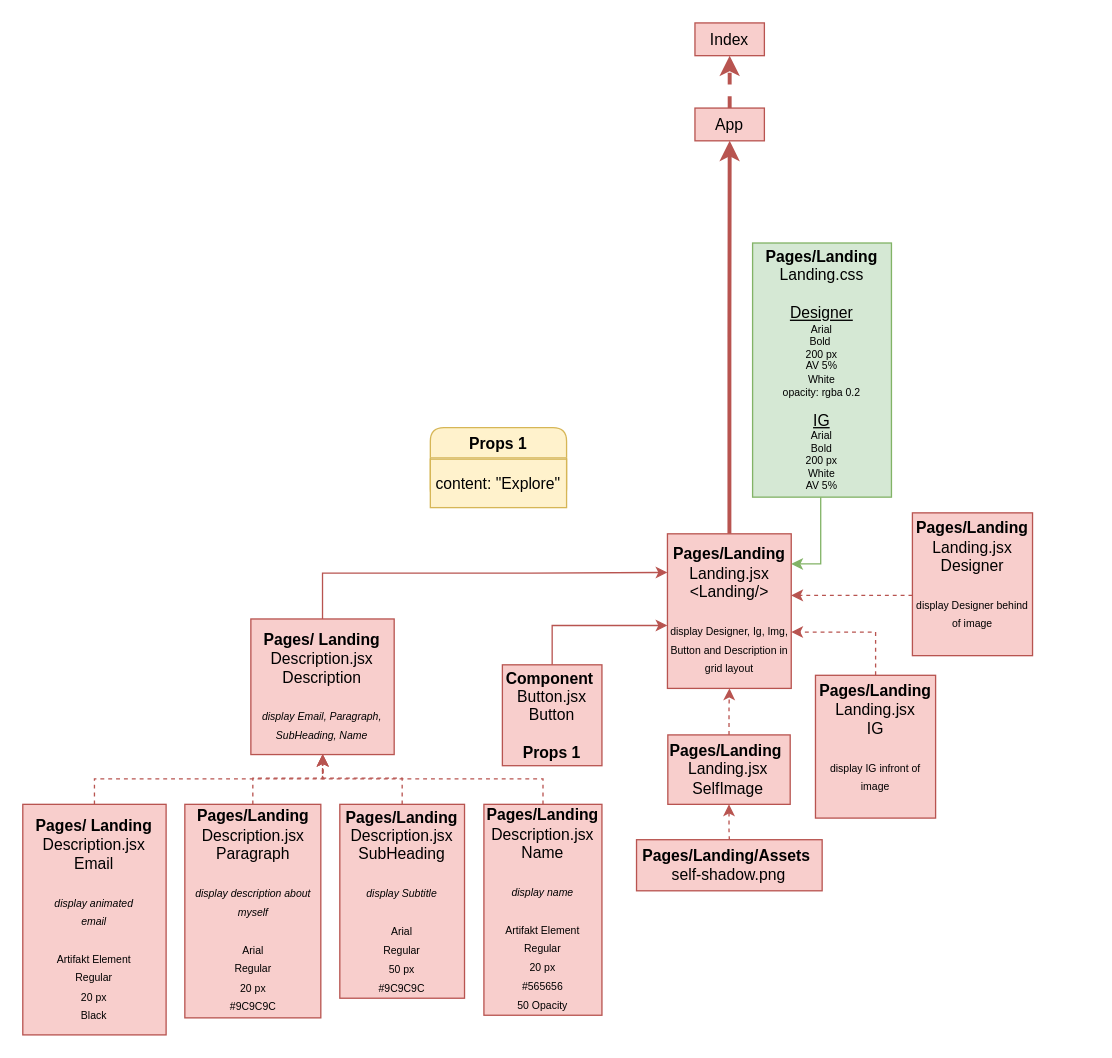
khongminhtn/portfolio keeps this draw.io diagram as Portfolio.drawio. Above is the earlier version. Source tidied: cells renumbered, new cells numbered last; positions are measured from the earlier drawing's top-left corner, leaving out a move shared by most shapes. Both pictures are drawn from the tidied source at 131%, with x=0, y=0 at pixel (22, 22).
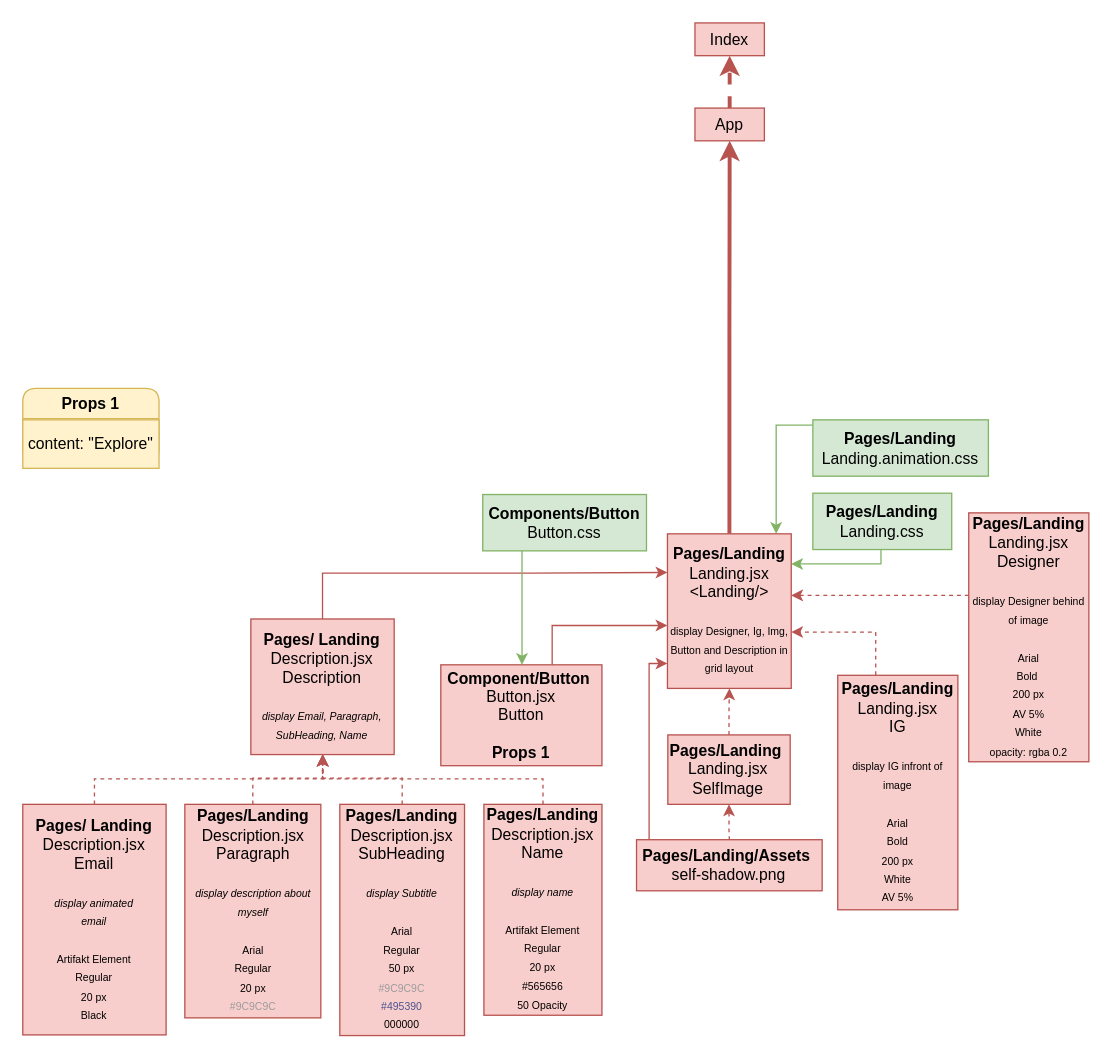
The same page after the edit.

The change refers to these unchanged cells:
```xml
<mxCell id="6" value="&lt;b&gt;Pages/Landing&lt;br&gt;&lt;/b&gt;Landing.jsx &amp;lt;Landing/&amp;gt;&lt;br&gt;&lt;br&gt;&lt;font style=&quot;font-size: 8px&quot;&gt;display Designer, Ig, Img, Button and Description in grid layout&lt;/font&gt;" style="rounded=0;whiteSpace=wrap;html=1;fillColor=#f8cecc;strokeColor=#b85450;" parent="1" vertex="1">
  <mxGeometry x="492" y="390" width="94.5" height="118" as="geometry" />
</mxCell>
<mxCell id="7" value="&lt;b&gt;Pages/Landing/Assets&lt;/b&gt;&amp;nbsp;&lt;br&gt;self-shadow.png" style="rounded=0;whiteSpace=wrap;html=1;fillColor=#f8cecc;strokeColor=#b85450;" parent="1" vertex="1">
  <mxGeometry x="468.4" y="623.5" width="141.7" height="39" as="geometry" />
</mxCell>
```

Diff of the diagram source:
```diff
@@
+    <mxCell id="31" style="edgeStyle=orthogonalEdgeStyle;rounded=0;jettySize=auto;html=1;fontSize=8;fontColor=#FFFFCC;startArrow=none;startFill=0;endArrow=classic;endFill=1;strokeWidth=1;fillColor=#f8cecc;strokeColor=#b85450;" parent="1" edge="1" source="7" target="6">
+      <mxGeometry relative="1" as="geometry">
+        <Array as="points">
+          <mxPoint x="478" y="489" />
+        </Array>
+      </mxGeometry>
+    </mxCell>
@@
-    <mxCell id="9" value="&lt;b&gt;Pages/Landing&lt;br&gt;&lt;/b&gt;Landing.jsx&lt;br&gt;IG&lt;br&gt;&lt;br&gt;&lt;font style=&quot;font-size: 8px&quot;&gt;display IG infront of image&lt;/font&gt;&lt;br&gt;&lt;font style=&quot;font-size: 8px&quot;&gt;&lt;br&gt;&lt;/font&gt;" style="rounded=0;whiteSpace=wrap;html=1;fillColor=#f8cecc;strokeColor=#b85450;" parent="1" vertex="1">
-      <mxGeometry x="605" y="498" width="91.7" height="109" as="geometry" />
+    <mxCell id="9" value="&lt;b&gt;Pages/Landing&lt;br&gt;&lt;/b&gt;Landing.jsx&lt;br&gt;IG&lt;br&gt;&lt;br&gt;&lt;font style=&quot;font-size: 8px&quot;&gt;display IG infront of image&lt;br&gt;&lt;br&gt;&lt;/font&gt;&lt;font style=&quot;font-size: 8px&quot;&gt;Arial&lt;br&gt;Bold&lt;br&gt;200 px&lt;br&gt;White&lt;br&gt;AV 5%&lt;br&gt;&lt;/font&gt;" style="rounded=0;whiteSpace=wrap;html=1;fillColor=#f8cecc;strokeColor=#b85450;" parent="1" vertex="1">
+      <mxGeometry x="622" y="498" width="91.7" height="179" as="geometry" />
     </mxCell>
@@
-    <mxCell id="11" value="&lt;b&gt;Component&lt;/b&gt;&amp;nbsp;&lt;br&gt;Button.jsx&lt;br&gt;Button&lt;br&gt;&lt;br&gt;&lt;b&gt;Props 1&lt;/b&gt;" style="rounded=0;whiteSpace=wrap;html=1;fillColor=#f8cecc;strokeColor=#b85450;" parent="1" vertex="1">
-      <mxGeometry x="366" y="490" width="76" height="77" as="geometry" />
+    <mxCell id="11" value="&lt;b&gt;Component/Button&lt;/b&gt;&amp;nbsp;&lt;br&gt;Button.jsx&lt;br&gt;Button&lt;br&gt;&lt;br&gt;&lt;b&gt;Props 1&lt;/b&gt;" style="rounded=0;whiteSpace=wrap;html=1;fillColor=#f8cecc;strokeColor=#b85450;" parent="1" vertex="1">
+      <mxGeometry x="319" y="490" width="123" height="77" as="geometry" />
     </mxCell>
@@
     <mxCell id="15" value="Props 1" style="swimlane;rounded=1;shadow=0;glass=0;sketch=0;strokeWidth=1;fillColor=#fff2cc;strokeColor=#d6b656;" parent="1" vertex="1">
-      <mxGeometry x="311" y="309" width="104" height="57" as="geometry" />
+      <mxGeometry x="-0.1" y="279" width="104" height="57" as="geometry" />
     </mxCell>
@@
-    <mxCell id="18" value="&lt;b&gt;Pages/Landing&lt;br&gt;&lt;/b&gt;Landing.jsx&lt;br&gt;Designer&lt;br&gt;&lt;br&gt;&lt;font style=&quot;font-size: 8px&quot;&gt;display Designer behind of image&lt;/font&gt;&lt;br&gt;&lt;font style=&quot;font-size: 8px&quot;&gt;&lt;br&gt;&lt;/font&gt;" style="rounded=0;whiteSpace=wrap;html=1;fillColor=#f8cecc;strokeColor=#b85450;" parent="1" vertex="1">
-      <mxGeometry x="679" y="374" width="91.7" height="109" as="geometry" />
+    <mxCell id="18" value="&lt;b&gt;Pages/Landing&lt;br&gt;&lt;/b&gt;Landing.jsx&lt;br&gt;Designer&lt;br&gt;&lt;br&gt;&lt;font style=&quot;font-size: 8px&quot;&gt;display Designer behind of image&lt;/font&gt;&lt;br&gt;&lt;font style=&quot;font-size: 8px&quot;&gt;&lt;br&gt;Arial&lt;br&gt;Bold&amp;nbsp;&lt;br&gt;200 px&lt;br&gt;AV 5%&lt;br&gt;White&lt;br&gt;opacity: rgba 0.2&lt;br&gt;&lt;/font&gt;" style="rounded=0;whiteSpace=wrap;html=1;fillColor=#f8cecc;strokeColor=#b85450;" parent="1" vertex="1">
+      <mxGeometry x="722" y="374" width="91.7" height="190" as="geometry" />
     </mxCell>
     <mxCell id="19" style="edgeStyle=orthogonalEdgeStyle;rounded=0;jettySize=auto;html=1;fontSize=8;startArrow=none;startFill=0;endArrow=classic;endFill=1;fillColor=#d5e8d4;strokeColor=#82b366;" parent="1" edge="1" source="20" target="6">
       <mxGeometry relative="1" as="geometry">
         <Array as="points">
-          <mxPoint x="609" y="413" />
+          <mxPoint x="655" y="413" />
         </Array>
       </mxGeometry>
     </mxCell>
-    <mxCell id="20" value="&lt;span style=&quot;font-size: 12px&quot;&gt;&lt;b&gt;Pages/Landing&lt;/b&gt;&lt;br&gt;Landing.css&lt;br&gt;&lt;u&gt;&lt;br&gt;Designer&lt;/u&gt;&lt;br&gt;&lt;/span&gt;Arial&lt;br&gt;Bold&amp;nbsp;&lt;br&gt;200 px&lt;br&gt;AV 5%&lt;br&gt;White&lt;font style=&quot;font-size: 8px&quot;&gt;&lt;br&gt;opacity: rgba 0.2&lt;br&gt;&lt;br&gt;&lt;u&gt;&lt;span style=&quot;font-size: 12px&quot;&gt;IG&lt;/span&gt;&lt;br&gt;&lt;/u&gt;Arial&lt;br&gt;Bold&lt;br&gt;200 px&lt;br&gt;White&lt;br&gt;AV 5%&lt;br&gt;&lt;/font&gt;" style="rounded=0;whiteSpace=wrap;html=1;shadow=0;glass=0;sketch=0;fontSize=8;strokeWidth=1;fillColor=#d5e8d4;strokeColor=#82b366;" parent="1" vertex="1">
-      <mxGeometry x="557" y="168" width="106" height="194" as="geometry" />
+    <mxCell id="20" value="&lt;span style=&quot;font-size: 12px&quot;&gt;&lt;b&gt;Pages/Landing&lt;/b&gt;&lt;br&gt;Landing.css&lt;/span&gt;&lt;font style=&quot;font-size: 8px&quot;&gt;&lt;br&gt;&lt;/font&gt;" style="rounded=0;whiteSpace=wrap;html=1;shadow=0;glass=0;sketch=0;fontSize=8;strokeWidth=1;fillColor=#d5e8d4;strokeColor=#82b366;" parent="1" vertex="1">
+      <mxGeometry x="603" y="359" width="106" height="43" as="geometry" />
     </mxCell>
@@
-    <mxCell id="22" value="&lt;b&gt;Pages/Landing&lt;br&gt;&lt;/b&gt;Description.jsx&lt;br&gt;Paragraph&lt;br&gt;&lt;font style=&quot;font-size: 8px&quot;&gt;&lt;br&gt;&lt;i&gt;display description about myself&lt;/i&gt;&lt;br&gt;&lt;br&gt;Arial&lt;br&gt;Regular&lt;br&gt;20 px&lt;br&gt;#9C9C9C&lt;br&gt;&lt;/font&gt;" style="rounded=0;whiteSpace=wrap;html=1;fillColor=#f8cecc;strokeColor=#b85450;" parent="1" vertex="1">
+    <mxCell id="22" value="&lt;b&gt;Pages/Landing&lt;br&gt;&lt;/b&gt;Description.jsx&lt;br&gt;Paragraph&lt;br&gt;&lt;font style=&quot;font-size: 8px&quot;&gt;&lt;br&gt;&lt;i&gt;display description about myself&lt;/i&gt;&lt;br&gt;&lt;br&gt;Arial&lt;br&gt;Regular&lt;br&gt;20 px&lt;br&gt;&lt;font color=&quot;#9c9c9c&quot;&gt;#9C9C9C&lt;/font&gt;&lt;br&gt;&lt;/font&gt;" style="rounded=0;whiteSpace=wrap;html=1;fillColor=#f8cecc;strokeColor=#b85450;" parent="1" vertex="1">
       <mxGeometry x="123.6" y="596.5" width="103.8" height="163" as="geometry" />
     </mxCell>
@@
-    <mxCell id="26" value="&lt;b&gt;Pages/Landing&lt;/b&gt;&lt;br&gt;Description.jsx&lt;br&gt;SubHeading&lt;br&gt;&lt;font style=&quot;font-size: 8px&quot;&gt;&lt;br&gt;&lt;i&gt;display Subtitle&lt;br&gt;&lt;/i&gt;&lt;br&gt;Arial&lt;br&gt;Regular&lt;br&gt;50 px&lt;br&gt;#9C9C9C&lt;br&gt;&lt;/font&gt;" style="rounded=0;whiteSpace=wrap;html=1;fillColor=#f8cecc;strokeColor=#b85450;" parent="1" vertex="1">
-      <mxGeometry x="241.9" y="596.5" width="95.2" height="148" as="geometry" />
+    <mxCell id="26" value="&lt;b&gt;Pages/Landing&lt;/b&gt;&lt;br&gt;Description.jsx&lt;br&gt;SubHeading&lt;br&gt;&lt;font style=&quot;font-size: 8px&quot;&gt;&lt;br&gt;&lt;i style=&quot;font-size: 8px&quot;&gt;display Subtitle&lt;br&gt;&lt;/i&gt;&lt;br&gt;&lt;span style=&quot;font-size: 8px&quot;&gt;Arial&lt;/span&gt;&lt;br&gt;&lt;span style=&quot;font-size: 8px&quot;&gt;Regular&lt;/span&gt;&lt;br&gt;&lt;span style=&quot;font-size: 8px&quot;&gt;50 px&lt;/span&gt;&lt;br&gt;&lt;font color=&quot;#9c9c9c&quot; style=&quot;font-size: 8px&quot;&gt;#9C9C9C&lt;br&gt;&lt;/font&gt;&lt;span style=&quot;font-size: 8px&quot;&gt;&lt;font color=&quot;#495390&quot; style=&quot;font-size: 8px&quot;&gt;#495390&lt;br&gt;&lt;/font&gt;&lt;/span&gt;000000&lt;br&gt;&lt;/font&gt;" style="rounded=0;whiteSpace=wrap;html=1;fillColor=#f8cecc;strokeColor=#b85450;" parent="1" vertex="1">
+      <mxGeometry x="241.9" y="596.5" width="95.2" height="176.5" as="geometry" />
     </mxCell>
@@
+    <mxCell id="32" style="edgeStyle=orthogonalEdgeStyle;rounded=0;jettySize=auto;html=1;fontSize=8;fontColor=#9C9C9C;startArrow=none;startFill=0;endArrow=classic;endFill=1;strokeWidth=1;fillColor=#d5e8d4;strokeColor=#82b366;" parent="1" edge="1" source="33" target="11">
+      <mxGeometry relative="1" as="geometry">
+        <Array as="points">
+          <mxPoint x="381" y="429" />
+          <mxPoint x="381" y="429" />
+        </Array>
+      </mxGeometry>
+    </mxCell>
+    <mxCell id="33" value="&lt;span style=&quot;font-size: 12px&quot;&gt;&lt;b&gt;Components/Button&lt;/b&gt;&lt;br&gt;Button.css&lt;/span&gt;&lt;font style=&quot;font-size: 8px&quot;&gt;&lt;br&gt;&lt;/font&gt;" style="rounded=0;whiteSpace=wrap;html=1;shadow=0;glass=0;sketch=0;fontSize=8;strokeWidth=1;fillColor=#d5e8d4;strokeColor=#82b366;" parent="1" vertex="1">
+      <mxGeometry x="351" y="360" width="125" height="43" as="geometry" />
+    </mxCell>
+    <mxCell id="34" style="edgeStyle=orthogonalEdgeStyle;rounded=0;jettySize=auto;html=1;fontSize=8;fontColor=#9C9C9C;startArrow=none;startFill=0;endArrow=classic;endFill=1;strokeWidth=1;fillColor=#d5e8d4;strokeColor=#82b366;" parent="1" edge="1" source="35" target="6">
+      <mxGeometry relative="1" as="geometry">
+        <Array as="points">
+          <mxPoint x="575" y="307" />
+        </Array>
+      </mxGeometry>
+    </mxCell>
+    <mxCell id="35" value="&lt;span style=&quot;font-size: 12px&quot;&gt;&lt;b&gt;Pages/Landing&lt;/b&gt;&lt;br&gt;Landing.animation.css&lt;/span&gt;&lt;font style=&quot;font-size: 8px&quot;&gt;&lt;br&gt;&lt;/font&gt;" style="rounded=0;whiteSpace=wrap;html=1;shadow=0;glass=0;sketch=0;fontSize=8;strokeWidth=1;fillColor=#d5e8d4;strokeColor=#82b366;" parent="1" vertex="1">
+      <mxGeometry x="603" y="303" width="134" height="43" as="geometry" />
+    </mxCell>
```
